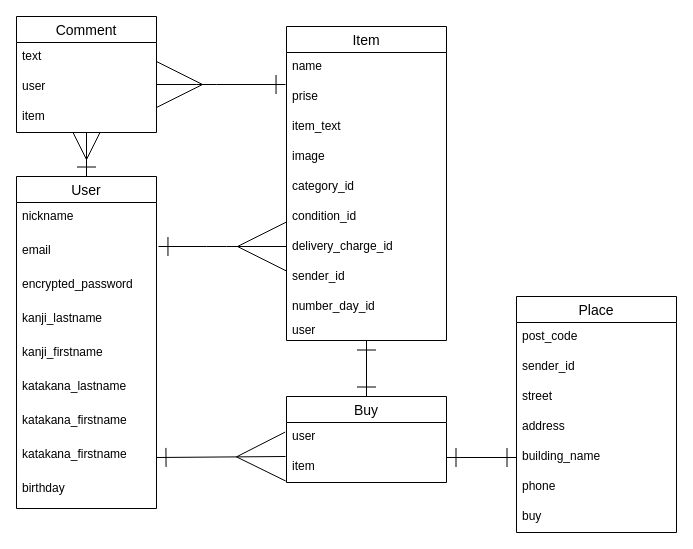
shimitar/furima-38471 keeps this draw.io diagram as data.dio. Above is the earlier version. Source tidied: cells renumbered, new cells numbered last; positions are measured from the earlier drawing's top-left corner, leaving out a move shared by most shapes. Both pictures are drawn from the tidied source at 100%, with x=0, y=0 at pixel (16, 16).
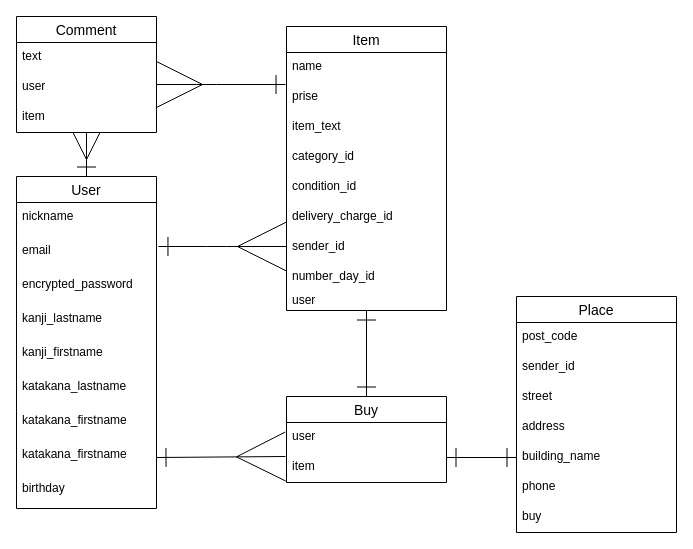
Above is the later version.

Commit message:
データベース設計　ER図修正

Diff of the diagram source:
```diff
@@
     <mxCell id="15" value="Item" style="swimlane;fontStyle=0;horizontal=1;startSize=26;align=center;fontSize=14;" parent="1" vertex="1">
-      <mxGeometry x="270" y="10" width="160" height="314" as="geometry" />
+      <mxGeometry x="270" y="10" width="160" height="284" as="geometry" />
     </mxCell>
@@
-    <mxCell id="19" value="image" style="text;strokeColor=none;fillColor=none;spacingLeft=4;spacingRight=4;overflow=hidden;fontSize=12;" parent="15" vertex="1">
-      <mxGeometry y="116" width="160" height="30" as="geometry" />
-    </mxCell>
     <mxCell id="20" value="category_id" style="text;strokeColor=none;fillColor=none;spacingLeft=4;spacingRight=4;overflow=hidden;fontSize=12;" parent="15" vertex="1">
-      <mxGeometry y="146" width="160" height="30" as="geometry" />
+      <mxGeometry y="116" width="160" height="30" as="geometry" />
     </mxCell>
     <mxCell id="21" value="condition_id" style="text;strokeColor=none;fillColor=none;spacingLeft=4;spacingRight=4;overflow=hidden;fontSize=12;" parent="15" vertex="1">
-      <mxGeometry y="176" width="160" height="30" as="geometry" />
+      <mxGeometry y="146" width="160" height="30" as="geometry" />
     </mxCell>
     <mxCell id="22" value="delivery_charge_id" style="text;strokeColor=none;fillColor=none;spacingLeft=4;spacingRight=4;overflow=hidden;fontSize=12;" parent="15" vertex="1">
-      <mxGeometry y="206" width="160" height="30" as="geometry" />
+      <mxGeometry y="176" width="160" height="30" as="geometry" />
     </mxCell>
     <mxCell id="23" value="sender_id" style="text;strokeColor=none;fillColor=none;spacingLeft=4;spacingRight=4;overflow=hidden;fontSize=12;" parent="15" vertex="1">
-      <mxGeometry y="236" width="160" height="30" as="geometry" />
+      <mxGeometry y="206" width="160" height="30" as="geometry" />
     </mxCell>
     <mxCell id="24" value="number_day_id" style="text;strokeColor=none;fillColor=none;spacingLeft=4;spacingRight=4;overflow=hidden;fontSize=12;" parent="15" vertex="1">
-      <mxGeometry y="266" width="160" height="24" as="geometry" />
+      <mxGeometry y="236" width="160" height="24" as="geometry" />
     </mxCell>
     <mxCell id="25" value="user" style="text;strokeColor=none;fillColor=none;spacingLeft=4;spacingRight=4;overflow=hidden;fontSize=12;" parent="15" vertex="1">
-      <mxGeometry y="290" width="160" height="24" as="geometry" />
+      <mxGeometry y="260" width="160" height="24" as="geometry" />
     </mxCell>
```
